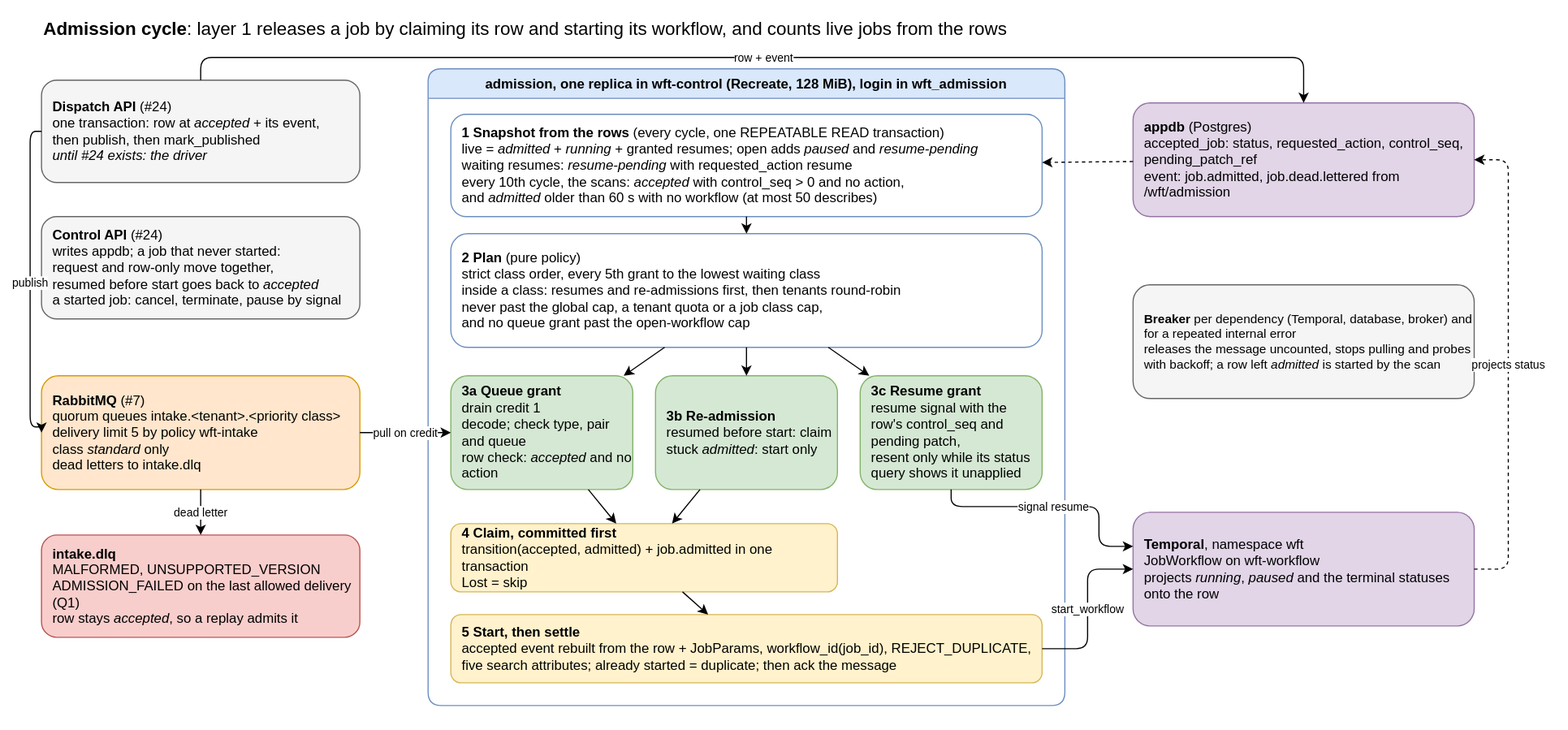
Earlier version of the draw.io export docs/architecture/17-admission-cycle.drawio.svg (AndoNorth/disyard). Source tidied: cells renumbered, new cells last; positions are measured from the earlier drawing's top-left corner, leaving out a move shared by most shapes.
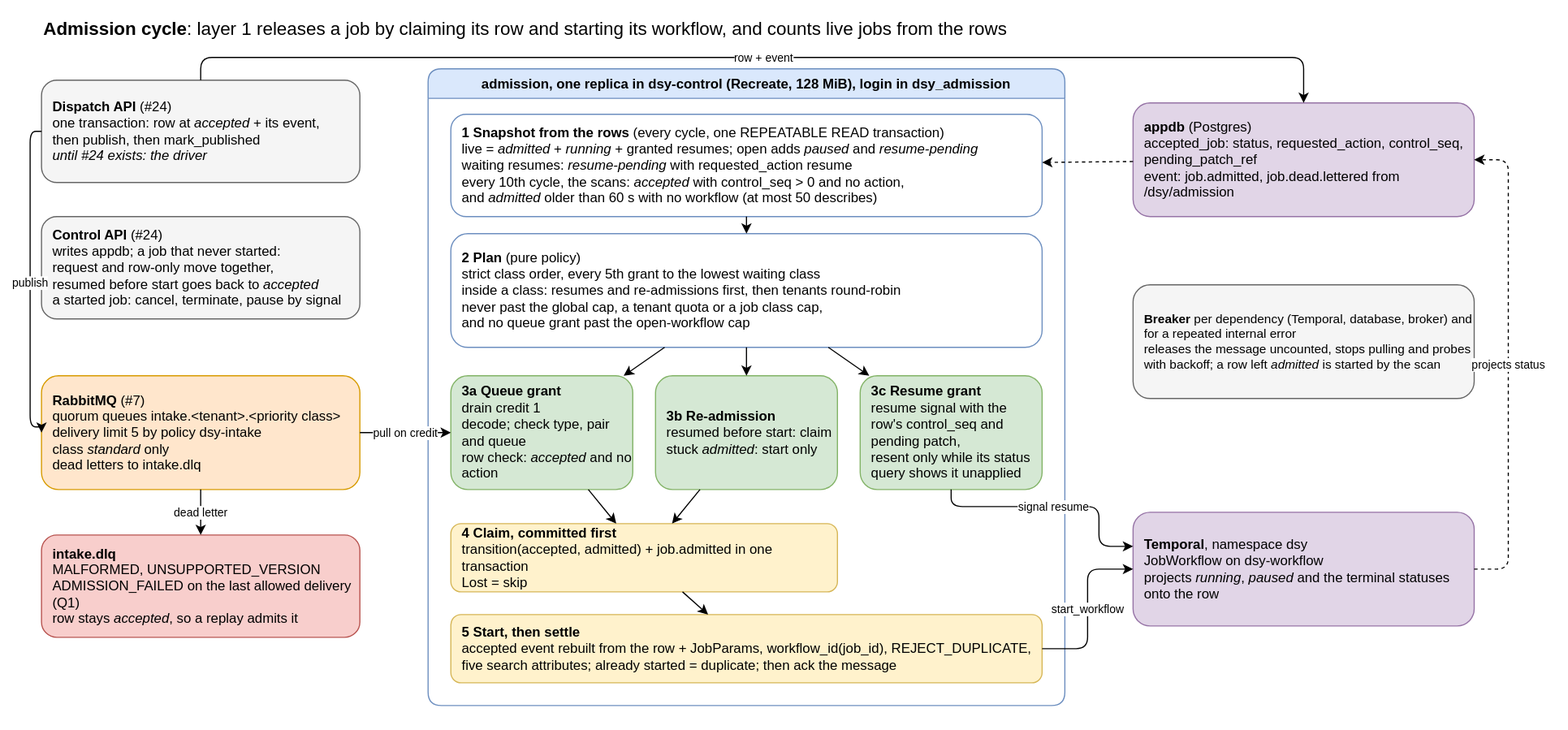
After the change.

Diff of the diagram source:
```diff
@@ -11,13 +11,13 @@
     <mxCell id="4" value="&lt;b&gt;Control API&lt;/b&gt; (#24)&lt;br&gt;writes appdb; a job that never started:&lt;br&gt;request and row-only move together,&lt;br&gt;resumed before start goes back to &lt;i&gt;accepted&lt;/i&gt;&lt;br&gt;a started job: cancel, terminate, pause by signal" style="rounded=1;whiteSpace=wrap;html=1;fillColor=#f5f5f5;strokeColor=#666666;align=left;spacingLeft=8;" parent="1" vertex="1">
       <mxGeometry x="10" y="180" width="280" height="90" as="geometry" />
     </mxCell>
-    <mxCell id="5" value="&lt;b&gt;RabbitMQ&lt;/b&gt; (#7)&lt;br&gt;quorum queues intake.&amp;lt;tenant&amp;gt;.&amp;lt;priority class&amp;gt;&lt;br&gt;delivery limit 5 by policy wft-intake&lt;br&gt;class &lt;i&gt;standard&lt;/i&gt; only&lt;br&gt;dead letters to intake.dlq" style="rounded=1;whiteSpace=wrap;html=1;fillColor=#ffe6cc;strokeColor=#d79b00;align=left;spacingLeft=8;" parent="1" vertex="1">
+    <mxCell id="5" value="&lt;b&gt;RabbitMQ&lt;/b&gt; (#7)&lt;br&gt;quorum queues intake.&amp;lt;tenant&amp;gt;.&amp;lt;priority class&amp;gt;&lt;br&gt;delivery limit 5 by policy dsy-intake&lt;br&gt;class &lt;i&gt;standard&lt;/i&gt; only&lt;br&gt;dead letters to intake.dlq" style="rounded=1;whiteSpace=wrap;html=1;fillColor=#ffe6cc;strokeColor=#d79b00;align=left;spacingLeft=8;" parent="1" vertex="1">
       <mxGeometry x="10" y="320" width="280" height="100" as="geometry" />
     </mxCell>
     <mxCell id="6" value="&lt;b&gt;intake.dlq&lt;/b&gt;&lt;br&gt;MALFORMED, UNSUPPORTED_VERSION&lt;br&gt;ADMISSION_FAILED on the last allowed delivery (Q1)&lt;br&gt;row stays &lt;i&gt;accepted&lt;/i&gt;, so a replay admits it" style="rounded=1;whiteSpace=wrap;html=1;fillColor=#f8cecc;strokeColor=#b85450;align=left;spacingLeft=8;" parent="1" vertex="1">
       <mxGeometry x="10" y="460" width="280" height="90" as="geometry" />
     </mxCell>
-    <mxCell id="7" value="admission, one replica in wft-control (Recreate, 128 MiB), login in wft_admission" style="swimlane;startSize=26;rounded=1;fillColor=#dae8fc;strokeColor=#6c8ebf;fontStyle=1;" parent="1" vertex="1">
+    <mxCell id="7" value="admission, one replica in dsy-control (Recreate, 128 MiB), login in dsy_admission" style="swimlane;startSize=26;rounded=1;fillColor=#dae8fc;strokeColor=#6c8ebf;fontStyle=1;" parent="1" vertex="1">
       <mxGeometry x="350" y="50" width="560" height="560" as="geometry" />
     </mxCell>
     <mxCell id="8" value="&lt;b&gt;1 Snapshot from the rows&lt;/b&gt; (every cycle, one REPEATABLE READ transaction)&lt;br&gt;live = &lt;i&gt;admitted&lt;/i&gt; + &lt;i&gt;running&lt;/i&gt; + granted resumes; open adds &lt;i&gt;paused&lt;/i&gt; and &lt;i&gt;resume-pending&lt;/i&gt;&lt;br&gt;waiting resumes: &lt;i&gt;resume-pending&lt;/i&gt; with requested_action resume&lt;br&gt;every 10th cycle, the scans: &lt;i&gt;accepted&lt;/i&gt; with control_seq &amp;gt; 0 and no action,&lt;br&gt;and &lt;i&gt;admitted&lt;/i&gt; older than 60 s with no workflow (at most 50 describes)" style="rounded=1;whiteSpace=wrap;html=1;fillColor=#ffffff;strokeColor=#6c8ebf;align=left;spacingLeft=8;" parent="7" vertex="1">
@@ -62,10 +62,10 @@
     <mxCell id="21" style="endArrow=classic;html=1;" parent="7" edge="1" source="13" target="14">
       <mxGeometry relative="1" as="geometry" />
     </mxCell>
-    <mxCell id="22" value="&lt;b&gt;appdb&lt;/b&gt; (Postgres)&lt;br&gt;accepted_job: status, requested_action, control_seq, pending_patch_ref&lt;br&gt;event: job.admitted, job.dead.lettered from /wft/admission" style="rounded=1;whiteSpace=wrap;html=1;fillColor=#e1d5e7;strokeColor=#9673a6;align=left;spacingLeft=8;" parent="1" vertex="1">
+    <mxCell id="22" value="&lt;b&gt;appdb&lt;/b&gt; (Postgres)&lt;br&gt;accepted_job: status, requested_action, control_seq, pending_patch_ref&lt;br&gt;event: job.admitted, job.dead.lettered from /dsy/admission" style="rounded=1;whiteSpace=wrap;html=1;fillColor=#e1d5e7;strokeColor=#9673a6;align=left;spacingLeft=8;" parent="1" vertex="1">
       <mxGeometry x="970" y="80" width="300" height="100" as="geometry" />
     </mxCell>
-    <mxCell id="23" value="&lt;b&gt;Temporal&lt;/b&gt;, namespace wft&lt;br&gt;JobWorkflow on wft-workflow&lt;br&gt;projects &lt;i&gt;running&lt;/i&gt;, &lt;i&gt;paused&lt;/i&gt; and the terminal statuses onto the row" style="rounded=1;whiteSpace=wrap;html=1;fillColor=#e1d5e7;strokeColor=#9673a6;align=left;spacingLeft=8;" parent="1" vertex="1">
+    <mxCell id="23" value="&lt;b&gt;Temporal&lt;/b&gt;, namespace dsy&lt;br&gt;JobWorkflow on dsy-workflow&lt;br&gt;projects &lt;i&gt;running&lt;/i&gt;, &lt;i&gt;paused&lt;/i&gt; and the terminal statuses onto the row" style="rounded=1;whiteSpace=wrap;html=1;fillColor=#e1d5e7;strokeColor=#9673a6;align=left;spacingLeft=8;" parent="1" vertex="1">
       <mxGeometry x="970" y="440" width="300" height="100" as="geometry" />
     </mxCell>
     <mxCell id="24" value="&lt;b&gt;Breaker&lt;/b&gt; per dependency (Temporal, database, broker) and for a repeated internal error&lt;br&gt;releases the message uncounted, stops pulling and probes with backoff; a row left &lt;i&gt;admitted&lt;/i&gt; is started by the scan" style="rounded=1;whiteSpace=wrap;html=1;fillColor=#f5f5f5;strokeColor=#666666;align=left;spacingLeft=8;fontSize=11;" parent="1" vertex="1">
```
